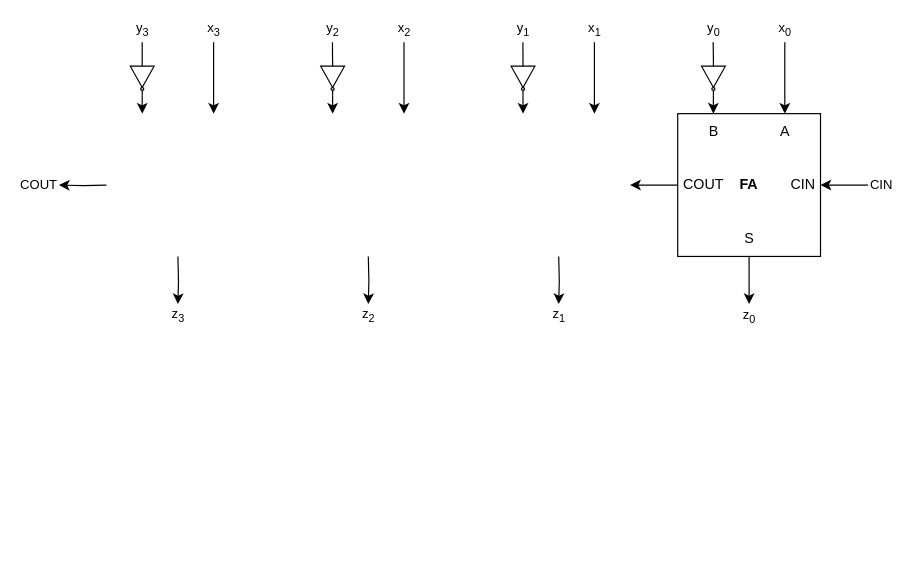
Diogofernandes5/mthesis keeps this draw.io diagram as 01_doc/03_drawings/01_design/butterfly/adder_subtracter.drawio. Above is the earlier version. Source tidied: cells renumbered, new cells numbered last; positions are measured from the earlier drawing's top-left corner, leaving out a move shared by most shapes. Both pictures are drawn from the tidied source at 119%, with x=0, y=0 at pixel (58, 42).
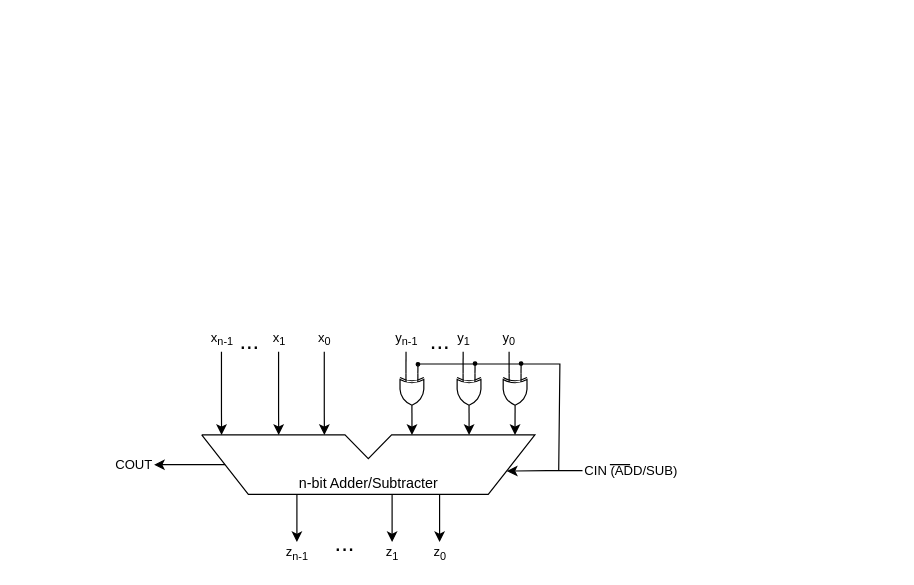
The same page after the edit.

What changed in the source:
```diff
@@
-    <mxCell id="2" value="FA" style="rounded=0;whiteSpace=wrap;html=1;fontStyle=1;" parent="1" vertex="1">
-      <mxGeometry x="520" y="60" width="120" height="120" as="geometry" />
-    </mxCell>
-    <mxCell id="3" value="CIN" style="edgeStyle=orthogonalEdgeStyle;rounded=0;jettySize=auto;html=1;align=left;" parent="1" edge="1" target="4">
-      <mxGeometry x="-1" relative="1" as="geometry">
-        <mxPoint x="680" y="120" as="sourcePoint" />
-        <Array as="points">
-          <mxPoint x="670" y="120" />
-          <mxPoint x="670" y="120" />
-        </Array>
-      </mxGeometry>
-    </mxCell>
-    <mxCell id="4" value="CIN" style="text;html=1;align=right;verticalAlign=middle;points=[];strokeColor=none;fillColor=none;spacingRight=3;spacingLeft=-9;" parent="1" vertex="1">
-      <mxGeometry x="610" y="105" width="30" height="30" as="geometry" />
-    </mxCell>
-    <mxCell id="5" style="edgeStyle=orthogonalEdgeStyle;rounded=0;jettySize=auto;html=1;" parent="1" edge="1" source="6">
-      <mxGeometry relative="1" as="geometry">
-        <mxPoint x="480" y="120" as="targetPoint" />
-      </mxGeometry>
-    </mxCell>
-    <mxCell id="6" value="COUT" style="text;html=1;align=left;verticalAlign=middle;points=[];strokeColor=none;fillColor=none;spacingRight=-9;spacingLeft=3;" parent="1" vertex="1">
-      <mxGeometry x="520" y="105" width="50" height="30" as="geometry" />
-    </mxCell>
-    <mxCell id="7" value="z&lt;sub&gt;0&lt;/sub&gt;" style="edgeStyle=orthogonalEdgeStyle;rounded=0;jettySize=auto;html=1;" parent="1" edge="1" source="8">
-      <mxGeometry x="1" y="10" relative="1" as="geometry">
-        <mxPoint x="580" y="220" as="targetPoint" />
-        <mxPoint x="-10" y="10" as="offset" />
-      </mxGeometry>
-    </mxCell>
-    <mxCell id="8" value="S" style="text;html=1;align=center;verticalAlign=middle;points=[];strokeColor=none;fillColor=none;spacingRight=3;spacingLeft=3;" parent="1" vertex="1">
-      <mxGeometry x="565" y="150" width="30" height="30" as="geometry" />
-    </mxCell>
+    <mxCell id="13" value="z&lt;sub&gt;0&lt;/sub&gt;" style="edgeStyle=orthogonalEdgeStyle;rounded=0;orthogonalLoop=1;jettySize=auto;html=1;fontFamily=NewsGotT;" parent="1" edge="1">
+      <mxGeometry x="1" y="10" relative="1" as="geometry">
+        <mxPoint x="319.9" y="380" as="sourcePoint" />
+        <mxPoint x="319.9" y="420" as="targetPoint" />
+        <Array as="points">
+          <mxPoint x="319.9" y="400" />
+          <mxPoint x="319.9" y="400" />
+        </Array>
+        <mxPoint x="-10" y="10" as="offset" />
+      </mxGeometry>
+    </mxCell>
+    <mxCell id="31" value="COUT" style="edgeStyle=orthogonalEdgeStyle;rounded=0;jettySize=auto;html=1;exitX=0.07;exitY=0.499;exitDx=0;exitDy=0;exitPerimeter=0;align=right;fontFamily=NewsGotT;" parent="1" edge="1" source="32">
+      <mxGeometry x="1" relative="1" as="geometry">
+        <mxPoint x="80" y="355" as="targetPoint" />
+      </mxGeometry>
+    </mxCell>
+    <mxCell id="32" value="&lt;font&gt;n-bit Adder/Subtracter&lt;/font&gt;" style="verticalLabelPosition=middle;verticalAlign=bottom;html=1;shape=mxgraph.basic.polygon;polyCoords=[[0,0],[0.43,0],[0.5,0.4],[0.57,0],[1,0],[0.86,1],[0.14,1],[0,0]];polyline=1;fillColor=none;align=center;labelPosition=center;fontFamily=NewsGotT;" parent="1" vertex="1">
+      <mxGeometry x="120" y="330" width="280" height="50" as="geometry" />
+    </mxCell>
-    <mxCell id="9" value="y&lt;sub&gt;0&lt;/sub&gt;" style="edgeStyle=orthogonalEdgeStyle;rounded=0;jettySize=auto;html=1;entryX=0;entryY=0.5;entryDx=0;entryDy=0;entryPerimeter=0;endArrow=none;endFill=0;" parent="1" edge="1" target="30">
+    <mxCell id="9" value="y&lt;sub&gt;0&lt;/sub&gt;" style="rounded=0;jettySize=auto;html=1;entryX=0;entryY=0.75;entryDx=0;entryDy=0;entryPerimeter=0;endArrow=none;endFill=0;fontFamily=NewsGotT;" parent="1" edge="1" target="35">
       <mxGeometry x="-1" y="-10" relative="1" as="geometry">
-        <mxPoint x="549.8" as="sourcePoint" />
+        <mxPoint x="378.3" y="260" as="sourcePoint" />
         <mxPoint x="10" y="-10" as="offset" />
       </mxGeometry>
     </mxCell>
-    <mxCell id="10" value="B" style="text;html=1;align=center;verticalAlign=middle;strokeColor=none;fillColor=none;spacingRight=3;spacingLeft=3;" parent="1" vertex="1">
-      <mxGeometry x="535" y="60" width="30" height="30" as="geometry" />
-    </mxCell>
+    <mxCell id="33" style="edgeStyle=orthogonalEdgeStyle;rounded=0;jettySize=auto;html=1;fontFamily=NewsGotT;" parent="1" edge="1" source="35">
+      <mxGeometry relative="1" as="geometry">
+        <mxPoint x="383.3" y="330" as="targetPoint" />
+        <Array as="points">
+          <mxPoint x="383.3" y="325" />
+          <mxPoint x="383.3" y="325" />
+        </Array>
+      </mxGeometry>
+    </mxCell>
+    <mxCell id="34" style="edgeStyle=orthogonalEdgeStyle;rounded=0;jettySize=auto;html=1;exitX=0;exitY=0.25;exitDx=0;exitDy=0;exitPerimeter=0;endArrow=oval;endFill=1;endSize=3;fontFamily=NewsGotT;" parent="1" edge="1" source="35">
+      <mxGeometry relative="1" as="geometry">
+        <mxPoint x="388.4" y="270" as="targetPoint" />
+      </mxGeometry>
+    </mxCell>
+    <mxCell id="35" style="verticalLabelPosition=bottom;shadow=0;dashed=0;align=center;html=1;verticalAlign=top;shape=mxgraph.electrical.logic_gates.logic_gate;operation=xor;rotation=90;fontFamily=NewsGotT;" parent="1" vertex="1">
+      <mxGeometry x="366.7" y="285" width="33.3" height="20" as="geometry" />
+    </mxCell>
+    <mxCell id="14" value="y&lt;sub&gt;1&lt;/sub&gt;" style="rounded=0;jettySize=auto;html=1;entryX=0;entryY=0.75;entryDx=0;entryDy=0;entryPerimeter=0;endArrow=none;endFill=0;fontFamily=NewsGotT;" parent="1" edge="1" target="38">
+      <mxGeometry x="-1" y="-10" relative="1" as="geometry">
+        <mxPoint x="339.7" y="260" as="sourcePoint" />
+        <mxPoint x="10" y="-10" as="offset" />
+      </mxGeometry>
+    </mxCell>
+    <mxCell id="36" style="edgeStyle=orthogonalEdgeStyle;rounded=0;jettySize=auto;html=1;fontFamily=NewsGotT;" parent="1" edge="1" source="38">
+      <mxGeometry relative="1" as="geometry">
+        <mxPoint x="344.7" y="330" as="targetPoint" />
+        <Array as="points">
+          <mxPoint x="344.7" y="325" />
+          <mxPoint x="344.7" y="325" />
+        </Array>
+      </mxGeometry>
+    </mxCell>
+    <mxCell id="37" style="edgeStyle=orthogonalEdgeStyle;rounded=0;jettySize=auto;html=1;exitX=0;exitY=0.25;exitDx=0;exitDy=0;exitPerimeter=0;endArrow=oval;endFill=1;startSize=6;endSize=3;fontFamily=NewsGotT;" parent="1" edge="1" source="38">
+      <mxGeometry relative="1" as="geometry">
+        <mxPoint x="349.7" y="270" as="targetPoint" />
+      </mxGeometry>
+    </mxCell>
+    <mxCell id="38" style="verticalLabelPosition=bottom;shadow=0;dashed=0;align=center;html=1;verticalAlign=top;shape=mxgraph.electrical.logic_gates.logic_gate;operation=xor;rotation=90;fontFamily=NewsGotT;" parent="1" vertex="1">
+      <mxGeometry x="328" y="285" width="33.3" height="20" as="geometry" />
+    </mxCell>
+    <mxCell id="39" value="y&lt;sub&gt;n-1&lt;/sub&gt;" style="rounded=0;jettySize=auto;html=1;entryX=0;entryY=0.75;entryDx=0;entryDy=0;entryPerimeter=0;endArrow=none;endFill=0;fontFamily=NewsGotT;" parent="1" edge="1" target="41">
+      <mxGeometry x="-1" y="-10" relative="1" as="geometry">
+        <mxPoint x="291.7" y="260" as="sourcePoint" />
+        <mxPoint x="10" y="-10" as="offset" />
+      </mxGeometry>
+    </mxCell>
+    <mxCell id="40" style="edgeStyle=orthogonalEdgeStyle;rounded=0;jettySize=auto;html=1;fontFamily=NewsGotT;" parent="1" edge="1" source="41">
+      <mxGeometry relative="1" as="geometry">
+        <mxPoint x="296.7" y="330" as="targetPoint" />
+        <Array as="points">
+          <mxPoint x="296.7" y="325" />
+          <mxPoint x="296.7" y="325" />
+        </Array>
+      </mxGeometry>
+    </mxCell>
+    <mxCell id="41" style="verticalLabelPosition=bottom;shadow=0;dashed=0;align=center;html=1;verticalAlign=top;shape=mxgraph.electrical.logic_gates.logic_gate;operation=xor;rotation=90;fontFamily=NewsGotT;" parent="1" vertex="1">
+      <mxGeometry x="280" y="285" width="33.3" height="20" as="geometry" />
+    </mxCell>
+    <mxCell id="42" value="..." style="text;html=1;align=center;verticalAlign=middle;points=[];strokeColor=none;fillColor=none;fontSize=20;fontFamily=NewsGotT;" parent="1" vertex="1">
+      <mxGeometry x="300" y="230" width="40" height="40" as="geometry" />
+    </mxCell>
+    <mxCell id="43" value="..." style="text;html=1;align=center;verticalAlign=middle;strokeColor=none;fillColor=none;fontSize=20;fontFamily=NewsGotT;" parent="1" vertex="1">
+      <mxGeometry x="140" y="230" width="40" height="40" as="geometry" />
+    </mxCell>
-    <mxCell id="11" value="x&lt;sub&gt;0&lt;/sub&gt;" style="edgeStyle=orthogonalEdgeStyle;rounded=0;jettySize=auto;html=1;" parent="1" edge="1" target="12">
-      <mxGeometry x="-1" y="-10" relative="1" as="geometry">
-        <mxPoint x="610" as="sourcePoint" />
+    <mxCell id="11" value="x&lt;sub&gt;0&lt;/sub&gt;" style="edgeStyle=orthogonalEdgeStyle;rounded=0;orthogonalLoop=1;jettySize=auto;html=1;fontFamily=NewsGotT;" parent="1" edge="1">
+      <mxGeometry x="-1" y="10" relative="1" as="geometry">
+        <mxPoint x="223" y="260" as="sourcePoint" />
+        <mxPoint x="223.1" y="330" as="targetPoint" />
         <Array as="points">
-          <mxPoint x="610" y="30" />
-          <mxPoint x="610" y="30" />
+          <mxPoint x="223.1" y="311" />
+          <mxPoint x="223.1" y="311" />
         </Array>
-        <mxPoint x="10" y="-10" as="offset" />
+        <mxPoint x="-10" y="-10" as="offset" />
       </mxGeometry>
     </mxCell>
-    <mxCell id="12" value="A" style="text;html=1;align=center;verticalAlign=middle;points=[];strokeColor=none;fillColor=none;spacingRight=3;spacingLeft=3;" parent="1" vertex="1">
-      <mxGeometry x="595" y="60" width="30" height="30" as="geometry" />
-    </mxCell>
-    <mxCell id="13" value="z&lt;sub&gt;1&lt;/sub&gt;" style="edgeStyle=orthogonalEdgeStyle;rounded=0;orthogonalLoop=1;jettySize=auto;html=1;" parent="1" edge="1">
-      <mxGeometry x="1" y="10" relative="1" as="geometry">
-        <mxPoint x="420" y="180" as="sourcePoint" />
-        <mxPoint x="420" y="220" as="targetPoint" />
-        <mxPoint x="-10" y="10" as="offset" />
-      </mxGeometry>
-    </mxCell>
-    <mxCell id="14" value="y&lt;sub&gt;1&lt;/sub&gt;" style="edgeStyle=orthogonalEdgeStyle;rounded=0;jettySize=auto;html=1;entryX=0;entryY=0.5;entryDx=0;entryDy=0;entryPerimeter=0;endArrow=none;endFill=0;" parent="1" edge="1" target="28">
-      <mxGeometry x="-1" y="-10" relative="1" as="geometry">
-        <mxPoint x="389.9" as="sourcePoint" />
-        <mxPoint x="10" y="-10" as="offset" />
-      </mxGeometry>
-    </mxCell>
-    <mxCell id="15" value="x&lt;sub&gt;1&lt;/sub&gt;" style="edgeStyle=orthogonalEdgeStyle;rounded=0;orthogonalLoop=1;jettySize=auto;html=1;" parent="1" edge="1">
-      <mxGeometry x="-1" y="-10" relative="1" as="geometry">
-        <mxPoint x="450" as="sourcePoint" />
-        <mxPoint x="450" y="60" as="targetPoint" />
+    <mxCell id="15" value="x&lt;sub&gt;1&lt;/sub&gt;" style="edgeStyle=orthogonalEdgeStyle;rounded=0;orthogonalLoop=1;jettySize=auto;html=1;fontFamily=NewsGotT;" parent="1" edge="1">
+      <mxGeometry x="-1" y="10" relative="1" as="geometry">
+        <mxPoint x="184.6" y="260" as="sourcePoint" />
+        <mxPoint x="184.7" y="330" as="targetPoint" />
         <Array as="points">
-          <mxPoint x="450" y="30" />
-          <mxPoint x="450" y="30" />
+          <mxPoint x="184.7" y="311" />
+          <mxPoint x="184.7" y="311" />
         </Array>
-        <mxPoint x="10" y="-10" as="offset" />
+        <mxPoint x="-10" y="-10" as="offset" />
       </mxGeometry>
     </mxCell>
-    <mxCell id="16" value="z&lt;sub&gt;2&lt;/sub&gt;" style="edgeStyle=orthogonalEdgeStyle;rounded=0;orthogonalLoop=1;jettySize=auto;html=1;" parent="1" edge="1">
-      <mxGeometry x="1" y="10" relative="1" as="geometry">
-        <mxPoint x="260" y="180" as="sourcePoint" />
-        <mxPoint x="260" y="220" as="targetPoint" />
-        <mxPoint x="-10" y="10" as="offset" />
-      </mxGeometry>
-    </mxCell>
-    <mxCell id="17" value="y&lt;sub&gt;2&lt;/sub&gt;" style="edgeStyle=orthogonalEdgeStyle;rounded=0;jettySize=auto;html=1;entryX=0;entryY=0.5;entryDx=0;entryDy=0;entryPerimeter=0;endArrow=none;endFill=0;" parent="1" edge="1" target="26">
-      <mxGeometry x="-1" y="10" relative="1" as="geometry">
-        <mxPoint x="229.9" as="sourcePoint" />
-        <Array as="points">
-          <mxPoint x="230" y="10" />
-          <mxPoint x="230" y="10" />
-        </Array>
-        <mxPoint x="-10" y="-10" as="offset" />
-      </mxGeometry>
-    </mxCell>
-    <mxCell id="18" value="x&lt;sub&gt;2&lt;/sub&gt;" style="edgeStyle=orthogonalEdgeStyle;rounded=0;orthogonalLoop=1;jettySize=auto;html=1;" parent="1" edge="1">
-      <mxGeometry x="-1" y="10" relative="1" as="geometry">
-        <mxPoint x="290" as="sourcePoint" />
-        <mxPoint x="290" y="60" as="targetPoint" />
-        <Array as="points">
-          <mxPoint x="290" y="41" />
-          <mxPoint x="290" y="41" />
-        </Array>
-        <mxPoint x="-10" y="-10" as="offset" />
-      </mxGeometry>
-    </mxCell>
-    <mxCell id="19" value="COUT" style="edgeStyle=orthogonalEdgeStyle;rounded=0;orthogonalLoop=1;jettySize=auto;html=1;align=right;" parent="1" edge="1">
-      <mxGeometry x="1" relative="1" as="geometry">
-        <mxPoint x="40" y="120" as="sourcePoint" />
-        <mxPoint y="120" as="targetPoint" />
-      </mxGeometry>
-    </mxCell>
-    <mxCell id="20" value="z&lt;sub&gt;3&lt;/sub&gt;" style="edgeStyle=orthogonalEdgeStyle;rounded=0;orthogonalLoop=1;jettySize=auto;html=1;" parent="1" edge="1">
-      <mxGeometry x="1" y="10" relative="1" as="geometry">
-        <mxPoint x="100" y="180" as="sourcePoint" />
-        <mxPoint x="100" y="220" as="targetPoint" />
-        <mxPoint x="-10" y="10" as="offset" />
-      </mxGeometry>
-    </mxCell>
-    <mxCell id="21" value="y&lt;sub&gt;3&lt;/sub&gt;" style="edgeStyle=orthogonalEdgeStyle;rounded=0;jettySize=auto;html=1;entryX=0;entryY=0.5;entryDx=0;entryDy=0;entryPerimeter=0;endArrow=none;endFill=0;" parent="1" edge="1" target="23">
-      <mxGeometry x="-1" y="10" relative="1" as="geometry">
-        <mxPoint x="70" as="sourcePoint" />
-        <Array as="points">
-          <mxPoint x="70" y="10" />
-          <mxPoint x="70" y="10" />
-        </Array>
-        <mxPoint x="-10" y="-10" as="offset" />
-      </mxGeometry>
-    </mxCell>
-    <mxCell id="22" value="x&lt;sub&gt;3&lt;/sub&gt;" style="edgeStyle=orthogonalEdgeStyle;rounded=0;orthogonalLoop=1;jettySize=auto;html=1;" parent="1" edge="1">
-      <mxGeometry x="-1" y="10" relative="1" as="geometry">
-        <mxPoint x="130" as="sourcePoint" />
-        <mxPoint x="130" y="60" as="targetPoint" />
-        <Array as="points">
-          <mxPoint x="130" y="41" />
-          <mxPoint x="130" y="41" />
-        </Array>
-        <mxPoint x="-10" y="-10" as="offset" />
-      </mxGeometry>
-    </mxCell>
-    <mxCell id="23" style="verticalLabelPosition=bottom;shadow=0;dashed=0;align=center;html=1;verticalAlign=top;shape=mxgraph.electrical.logic_gates.inverter_2;rotation=90;" parent="1" vertex="1">
-      <mxGeometry x="55" y="20" width="30" height="20" as="geometry" />
-    </mxCell>
-    <mxCell id="24" style="edgeStyle=orthogonalEdgeStyle;rounded=0;jettySize=auto;html=1;exitX=1;exitY=0.5;exitDx=0;exitDy=0;exitPerimeter=0;entryX=0.499;entryY=0;entryDx=0;entryDy=0;entryPerimeter=0;" parent="1" edge="1" source="23">
-      <mxGeometry relative="1" as="geometry">
-        <mxPoint x="70" y="60" as="targetPoint" />
-      </mxGeometry>
-    </mxCell>
-    <mxCell id="25" style="edgeStyle=orthogonalEdgeStyle;rounded=0;jettySize=auto;html=1;exitX=1;exitY=0.5;exitDx=0;exitDy=0;exitPerimeter=0;" parent="1" edge="1" source="26">
-      <mxGeometry relative="1" as="geometry">
-        <mxPoint x="230" y="60" as="targetPoint" />
-        <Array as="points">
-          <mxPoint x="230" y="50" />
-          <mxPoint x="230" y="50" />
-        </Array>
-      </mxGeometry>
-    </mxCell>
-    <mxCell id="26" style="verticalLabelPosition=bottom;shadow=0;dashed=0;align=center;html=1;verticalAlign=top;shape=mxgraph.electrical.logic_gates.inverter_2;rotation=90;" parent="1" vertex="1">
-      <mxGeometry x="215" y="20" width="30" height="20" as="geometry" />
-    </mxCell>
-    <mxCell id="27" style="edgeStyle=orthogonalEdgeStyle;rounded=0;jettySize=auto;html=1;exitX=1;exitY=0.5;exitDx=0;exitDy=0;exitPerimeter=0;" parent="1" edge="1" source="28">
-      <mxGeometry relative="1" as="geometry">
-        <mxPoint x="390" y="60" as="targetPoint" />
-        <Array as="points">
-          <mxPoint x="390" y="50" />
-          <mxPoint x="390" y="50" />
-        </Array>
-      </mxGeometry>
-    </mxCell>
-    <mxCell id="28" style="verticalLabelPosition=bottom;shadow=0;dashed=0;align=center;html=1;verticalAlign=top;shape=mxgraph.electrical.logic_gates.inverter_2;rotation=90;" parent="1" vertex="1">
-      <mxGeometry x="375" y="20" width="30" height="20" as="geometry" />
-    </mxCell>
-    <mxCell id="29" style="edgeStyle=orthogonalEdgeStyle;rounded=0;orthogonalLoop=1;jettySize=auto;html=1;exitX=1;exitY=0.5;exitDx=0;exitDy=0;exitPerimeter=0;" parent="1" edge="1">
-      <mxGeometry relative="1" as="geometry">
-        <mxPoint x="550" y="45" as="sourcePoint" />
-        <mxPoint x="549.9" y="60" as="targetPoint" />
-      </mxGeometry>
-    </mxCell>
-    <mxCell id="30" style="verticalLabelPosition=bottom;shadow=0;dashed=0;align=center;html=1;verticalAlign=top;shape=mxgraph.electrical.logic_gates.inverter_2;rotation=90;" parent="1" vertex="1">
-      <mxGeometry x="535" y="20" width="30" height="20" as="geometry" />
-    </mxCell>
+    <mxCell id="44" value="x&lt;sub&gt;n-1&lt;/sub&gt;" style="edgeStyle=orthogonalEdgeStyle;rounded=0;orthogonalLoop=1;jettySize=auto;html=1;fontFamily=NewsGotT;" parent="1" edge="1">
+      <mxGeometry x="-1" y="10" relative="1" as="geometry">
+        <mxPoint x="136.6" y="260" as="sourcePoint" />
+        <mxPoint x="136.7" y="330" as="targetPoint" />
+        <Array as="points">
+          <mxPoint x="136.7" y="311" />
+          <mxPoint x="136.7" y="311" />
+        </Array>
+        <mxPoint x="-10" y="-10" as="offset" />
+      </mxGeometry>
+    </mxCell>
+    <mxCell id="45" value="z&lt;sub&gt;1&lt;/sub&gt;" style="edgeStyle=orthogonalEdgeStyle;rounded=0;orthogonalLoop=1;jettySize=auto;html=1;fontFamily=NewsGotT;" parent="1" edge="1">
+      <mxGeometry x="1" y="10" relative="1" as="geometry">
+        <mxPoint x="280" y="380" as="sourcePoint" />
+        <mxPoint x="280" y="420" as="targetPoint" />
+        <Array as="points">
+          <mxPoint x="280" y="400" />
+          <mxPoint x="280" y="400" />
+        </Array>
+        <mxPoint x="-10" y="10" as="offset" />
+      </mxGeometry>
+    </mxCell>
+    <mxCell id="46" value="z&lt;sub&gt;n-1&lt;/sub&gt;" style="edgeStyle=orthogonalEdgeStyle;rounded=0;orthogonalLoop=1;jettySize=auto;html=1;fontFamily=NewsGotT;" parent="1" edge="1">
+      <mxGeometry x="1" y="10" relative="1" as="geometry">
+        <mxPoint x="200" y="380" as="sourcePoint" />
+        <mxPoint x="200" y="420" as="targetPoint" />
+        <Array as="points">
+          <mxPoint x="200" y="400" />
+          <mxPoint x="200" y="400" />
+        </Array>
+        <mxPoint x="-10" y="10" as="offset" />
+      </mxGeometry>
+    </mxCell>
+    <mxCell id="47" value="..." style="text;html=1;align=center;verticalAlign=middle;strokeColor=none;fillColor=none;fontSize=20;fontFamily=NewsGotT;" parent="1" vertex="1">
+      <mxGeometry x="220" y="400" width="40" height="40" as="geometry" />
+    </mxCell>
+    <mxCell id="48" value="CIN (ADD/SUB)" style="edgeStyle=orthogonalEdgeStyle;rounded=0;jettySize=auto;html=1;align=left;entryX=0.916;entryY=0.608;entryDx=0;entryDy=0;entryPerimeter=0;fontFamily=NewsGotT;" parent="1" edge="1" target="32">
+      <mxGeometry x="-1" relative="1" as="geometry">
+        <mxPoint x="440" y="360" as="sourcePoint" />
+        <Array as="points">
+          <mxPoint x="410" y="360" />
+        </Array>
+      </mxGeometry>
+    </mxCell>
+    <mxCell id="49" style="endArrow=none;html=1;rounded=0;edgeStyle=orthogonalEdgeStyle;exitX=0.044;exitY=1.01;exitDx=0;exitDy=0;exitPerimeter=0;fontFamily=NewsGotT;" parent="1" edge="1" source="42">
+      <mxGeometry relative="1" as="geometry">
+        <mxPoint x="420" y="360" as="targetPoint" />
+        <Array as="points">
+          <mxPoint x="421" y="270" />
+          <mxPoint x="421" y="360" />
+        </Array>
+      </mxGeometry>
+    </mxCell>
+    <mxCell id="50" style="edgeStyle=orthogonalEdgeStyle;rounded=0;jettySize=auto;html=1;exitX=0;exitY=0.25;exitDx=0;exitDy=0;exitPerimeter=0;entryX=0.043;entryY=1.015;entryDx=0;entryDy=0;entryPerimeter=0;endArrow=oval;endFill=1;endSize=3;fontFamily=NewsGotT;" parent="1" edge="1" source="41" target="42">
+      <mxGeometry relative="1" as="geometry" />
+    </mxCell>
+    <mxCell id="51" style="endArrow=none;html=1;rounded=0;" parent="1" edge="1">
+      <mxGeometry relative="1" as="geometry">
+        <mxPoint x="463" y="355" as="sourcePoint" />
+        <mxPoint x="480" y="354.9" as="targetPoint" />
+      </mxGeometry>
+    </mxCell>
```
